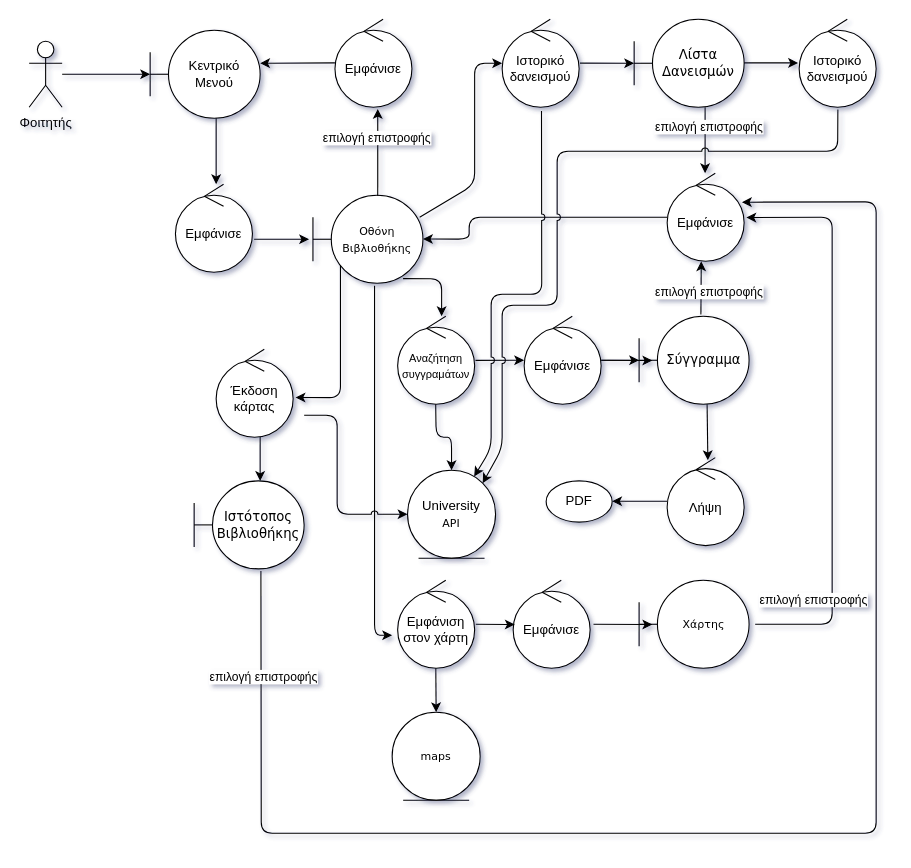
This is page "Library" (6 of 8) of docs/Contributions/Vaggelis/Robustness-diagrams-v0.1.drawio from Ibournakas/PaPapp, a draw.io file, before an edit. Source tidied: cells renumbered, new cells numbered last; positions are measured from the earlier drawing's top-left corner, leaving out a move shared by most shapes. Both pictures are drawn from the tidied source at 110%, with x=0, y=0 at pixel (29, 19).
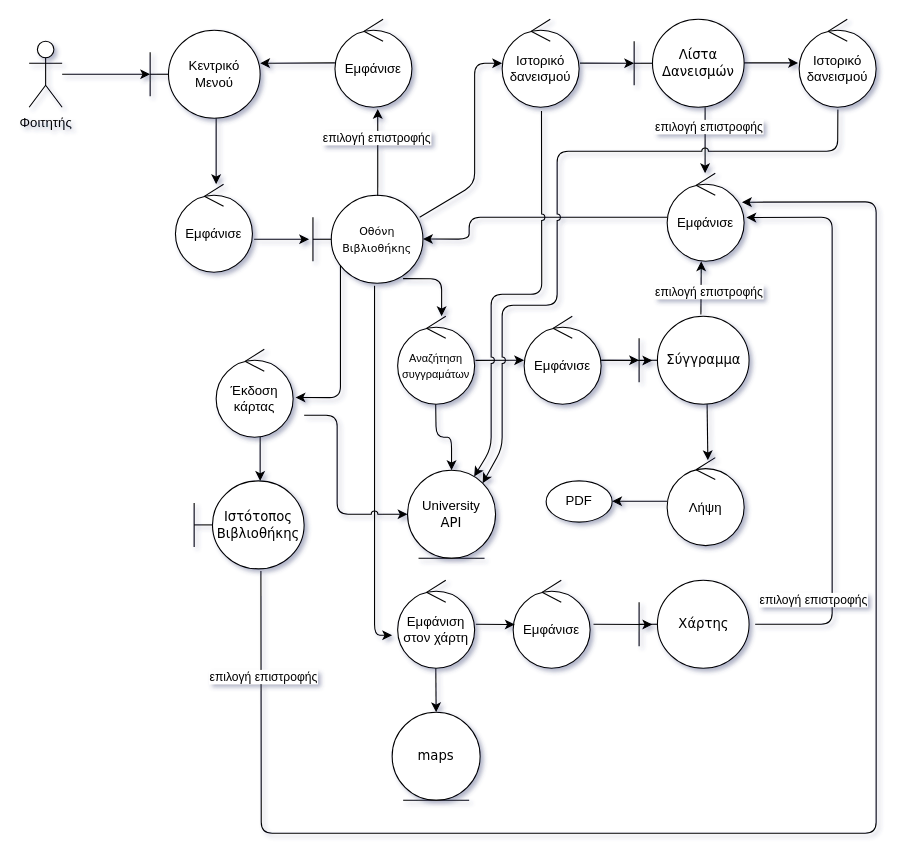
The same diagram, later.

Diff of the diagram source:
```diff
@@
-    <mxCell id="12" value="University&lt;br style=&quot;border-color: var(--border-color); font-family: Verdana; font-size: 10px;&quot;&gt;&lt;span style=&quot;font-family: Verdana; font-size: 10px;&quot;&gt;API&lt;/span&gt;&lt;font face=&quot;Verdana&quot;&gt;&lt;span style=&quot;font-size: 10px;&quot;&gt;&lt;br&gt;&lt;/span&gt;&lt;/font&gt;" style="ellipse;shape=umlEntity;whiteSpace=wrap;html=1;rounded=1;" parent="1" vertex="1">
+    <mxCell id="12" value="University&lt;br style=&quot;border-color: var(--border-color); font-family: Verdana; font-size: 10px;&quot;&gt;&lt;span style=&quot;font-family: Verdana;&quot;&gt;&lt;font style=&quot;font-size: 12px;&quot;&gt;API&lt;/font&gt;&lt;/span&gt;&lt;font face=&quot;Verdana&quot;&gt;&lt;span style=&quot;font-size: 10px;&quot;&gt;&lt;br&gt;&lt;/span&gt;&lt;/font&gt;" style="ellipse;shape=umlEntity;whiteSpace=wrap;html=1;rounded=1;" parent="1" vertex="1">
       <mxGeometry x="344" y="410" width="80" height="80" as="geometry" />
     </mxCell>
@@
-    <mxCell id="32" value="&lt;font face=&quot;Verdana&quot;&gt;&lt;span style=&quot;font-size: 10px;&quot;&gt;maps&lt;br&gt;&lt;/span&gt;&lt;/font&gt;" style="ellipse;shape=umlEntity;whiteSpace=wrap;html=1;rounded=1;" parent="1" vertex="1">
+    <mxCell id="32" value="&lt;font face=&quot;Verdana&quot;&gt;&lt;font style=&quot;font-size: 12px;&quot;&gt;maps&lt;/font&gt;&lt;br&gt;&lt;/font&gt;" style="ellipse;shape=umlEntity;whiteSpace=wrap;html=1;rounded=1;" parent="1" vertex="1">
       <mxGeometry x="330" y="630" width="80" height="80" as="geometry" />
     </mxCell>
@@
-    <mxCell id="37" value="&lt;font face=&quot;Verdana&quot;&gt;&lt;span style=&quot;font-size: 10px;&quot;&gt;Χάρτης&lt;/span&gt;&lt;/font&gt;" style="shape=umlBoundary;whiteSpace=wrap;html=1;rounded=1;" parent="1" vertex="1">
+    <mxCell id="37" value="&lt;font style=&quot;font-size: 12px;&quot; face=&quot;Verdana&quot;&gt;Χάρτης&lt;/font&gt;" style="shape=umlBoundary;whiteSpace=wrap;html=1;rounded=1;" parent="1" vertex="1">
       <mxGeometry x="554.5" y="510" width="100" height="80" as="geometry" />
     </mxCell>
```
